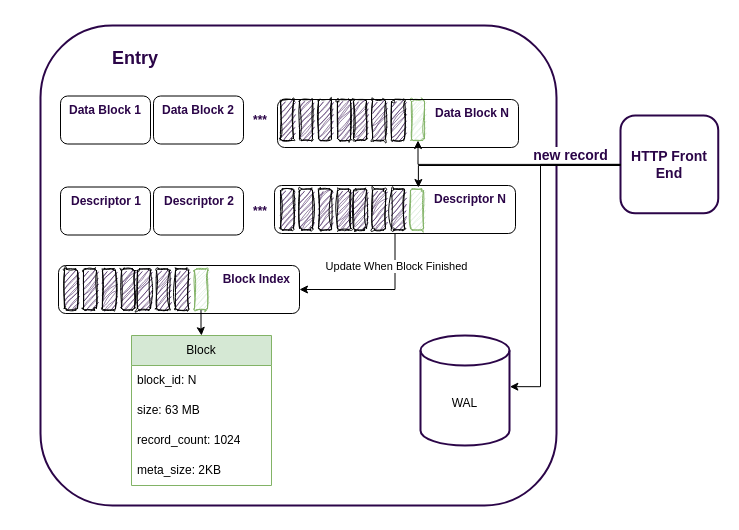
The draw.io diagram blog/2024-08-21-reductstore-v1_11_0-released/img/new-data-flow.png in reductstore/website, before a commit. Source tidied: cells renumbered, new cells last; positions are measured from the earlier drawing's top-left corner, leaving out a move shared by most shapes.
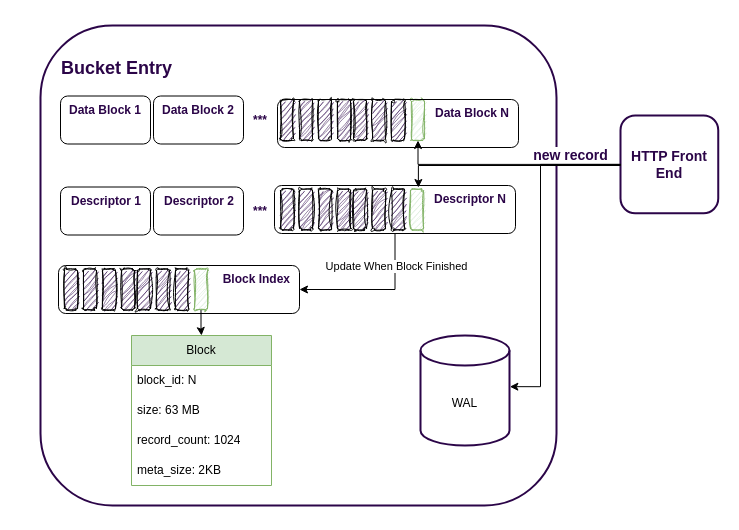
After the commit.

Commit message:
little improvements

Change to the diagram source:
```diff
@@ -8,7 +8,7 @@
     <mxCell id="3" value="HTTP Front End" style="whiteSpace=wrap;html=1;fontColor=#2B0548;strokeColor=#2B0548;strokeWidth=2;rounded=1;fontSize=14;fontFamily=Helvetica;verticalAlign=middle;fontStyle=1;" parent="1" vertex="1">
       <mxGeometry x="620" y="115" width="97.8" height="97.8" as="geometry" />
     </mxCell>
-    <mxCell id="4" value="Entry" style="rounded=1;whiteSpace=wrap;hachureGap=4;fontFamily=Helvetica;fontSize=18;strokeColor=#2B0548;strokeWidth=2;align=left;verticalAlign=top;fontColor=#2B0548;spacingRight=21;spacingLeft=70;spacingBottom=2;spacingTop=16;fontStyle=1;" parent="1" vertex="1">
+    <mxCell id="4" value="Bucket Entry" style="rounded=1;whiteSpace=wrap;hachureGap=4;fontFamily=Helvetica;fontSize=18;strokeColor=#2B0548;strokeWidth=2;align=left;verticalAlign=top;fontColor=#2B0548;spacingRight=21;spacingLeft=19;spacingBottom=2;spacingTop=26;fontStyle=1;" parent="1" vertex="1">
       <mxGeometry x="40" y="25" width="516" height="480" as="geometry" />
     </mxCell>
     <mxCell id="5" style="endArrow=classic;html=1;rounded=0;fontColor=#2B0548;strokeColor=#000000;strokeWidth=1;fontSize=14;fontFamily=Helvetica;fontStyle=1;exitX=0;exitY=0.5;exitDx=0;exitDy=0;entryX=0.597;entryY=0.042;entryDx=0;entryDy=0;entryPerimeter=0;edgeStyle=orthogonalEdgeStyle;" parent="1" edge="1" source="3" target="26">
```
